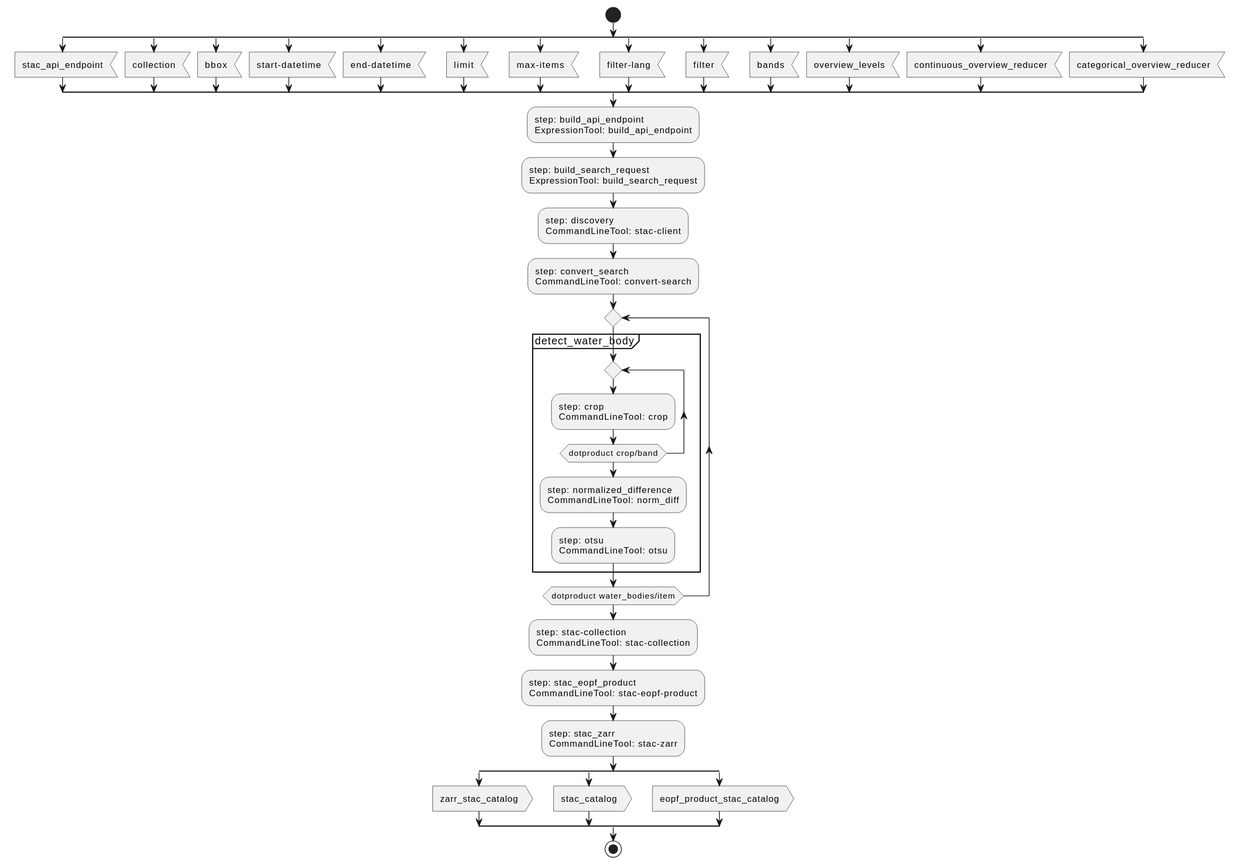
This is docs/design/water-bodies/activity.svg from eoap/zarr-cloud-native-format, a PlantUML export, as it was before one commit. Its diagram source:
```plantuml
@startuml

start






split

    :stac_api_endpoint; <<input>>
split again

    :collection; <<input>>
split again

    :bbox; <<input>>
split again

    :start-datetime; <<input>>
split again

    :end-datetime; <<input>>
split again

    :limit; <<input>>
split again

    :max-items; <<input>>
split again

    :filter-lang; <<input>>
split again

    :filter; <<input>>
split again

    :bands; <<input>>
split again

    :overview_levels; <<input>>
split again

    :continuous_overview_reducer; <<input>>
split again

    :categorical_overview_reducer; <<input>>
end split







:step: build_api_endpoint
ExpressionTool: build_api_endpoint;








:step: build_search_request
ExpressionTool: build_search_request;








:step: discovery
CommandLineTool: stac-client;








:step: convert_search
CommandLineTool: convert-search;





repeat


group detect_water_body


repeat


:step: crop
CommandLineTool: crop;

repeat while (dotproduct crop/band)






:step: normalized_difference
CommandLineTool: norm_diff;








:step: otsu
CommandLineTool: otsu;




end group

repeat while (dotproduct water_bodies/item)






:step: stac-collection
CommandLineTool: stac-collection;








:step: stac_eopf_product
CommandLineTool: stac-eopf-product;








:step: stac_zarr
CommandLineTool: stac-zarr;





split

    :zarr_stac_catalog; <<output>>
split again

    :stac_catalog; <<output>>
split again

    :eopf_product_stac_catalog; <<output>>
end split




stop
@enduml
```
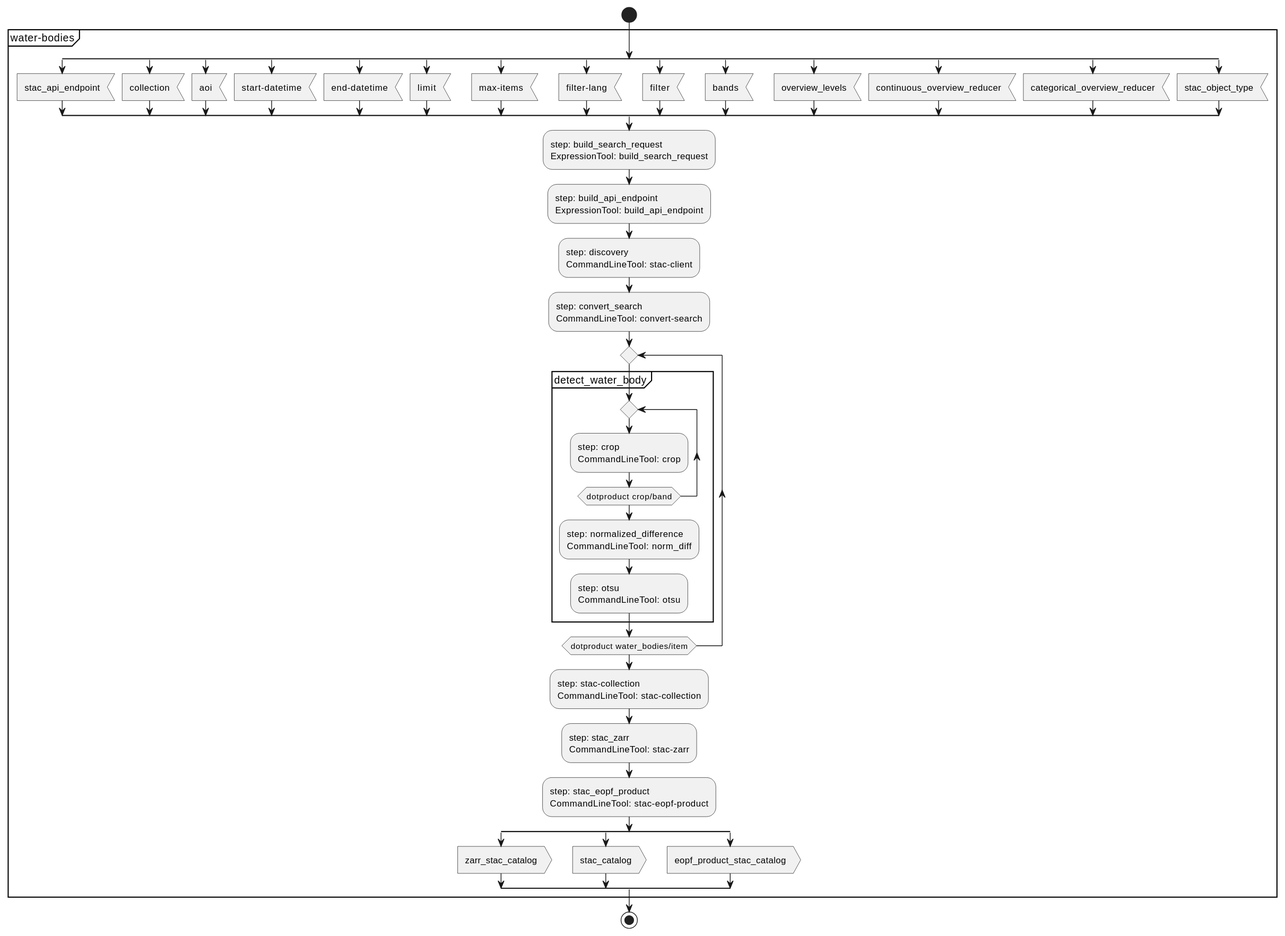
Later version of the same file.

What changed in the source:
```diff
@@ -1,11 +1,12 @@
 @startuml
-
+!pragma layout smetana
 start
 
 
 
 
 
+group water-bodies
 
 split
 
@@ -15,7 +16,7 @@
     :collection; <<input>>
 split again
 
-    :bbox; <<input>>
+    :aoi; <<input>>
 split again
 
     :start-datetime; <<input>>
@@ -46,7 +47,20 @@
 split again
 
     :categorical_overview_reducer; <<input>>
+split again
+
+    :stac_object_type; <<input>>
 end split
+
+
+
+
+
+
+
+:step: build_search_request
+ExpressionTool: build_search_request;
+
 
 
 
@@ -56,16 +70,6 @@
 
 :step: build_api_endpoint
 ExpressionTool: build_api_endpoint;
-
-
-
-
-
-
-
-
-:step: build_search_request
-ExpressionTool: build_search_request;
 
 
 
@@ -145,8 +149,8 @@
 
 
 
-:step: stac_eopf_product
-CommandLineTool: stac-eopf-product;
+:step: stac_zarr
+CommandLineTool: stac-zarr;
 
 
 
@@ -155,8 +159,8 @@
 
 
 
-:step: stac_zarr
-CommandLineTool: stac-zarr;
+:step: stac_eopf_product
+CommandLineTool: stac-eopf-product;
 
 
 
@@ -174,6 +178,7 @@
 end split
 
 
+end group
 
 
 stop
```
